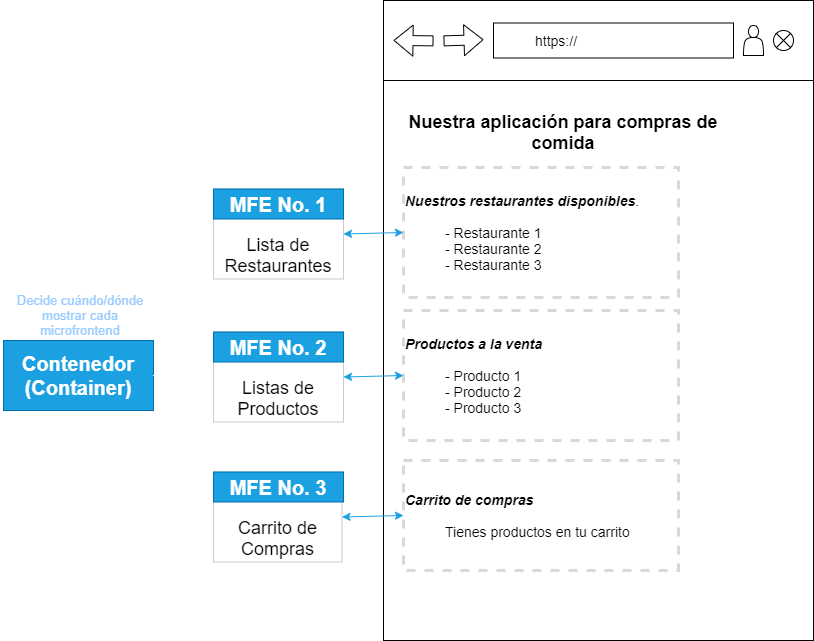
The draw.io diagram img/img_7.png in corteshvictor/microfrontend, before a commit. Source tidied: cells renumbered, new cells last; positions are measured from the earlier drawing's top-left corner, leaving out a move shared by most shapes.
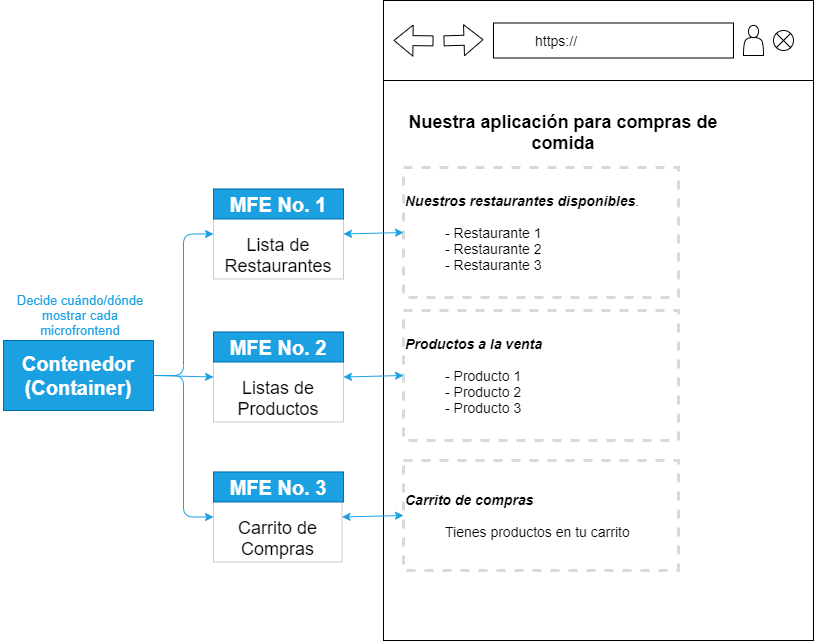
Above is the later version.

What changed in the source:
```diff
@@ -71,16 +71,16 @@
     <mxCell id="22" value="Contenedor&lt;br&gt;(Container)" style="rounded=0;whiteSpace=wrap;html=1;strokeWidth=1;fontSize=20;fillColor=#1BA1E2;strokeColor=#006EAF;fontStyle=1;fontColor=#FFFFFF;" parent="1" vertex="1">
       <mxGeometry x="3" y="340" width="150" height="70" as="geometry" />
     </mxCell>
-    <mxCell id="23" style="edgeStyle=elbowEdgeStyle;elbow=horizontal;endArrow=classic;html=1;fontSize=18;fontColor=#FFFFFF;exitX=1;exitY=0.5;exitDx=0;exitDy=0;entryX=0;entryY=0.5;entryDx=0;entryDy=0;strokeColor=#FFFFFF;" parent="1" edge="1" source="22" target="2">
+    <mxCell id="23" style="edgeStyle=elbowEdgeStyle;elbow=horizontal;endArrow=classic;html=1;fontSize=18;exitX=1;exitY=0.5;exitDx=0;exitDy=0;entryX=0;entryY=0.5;entryDx=0;entryDy=0;fontColor=#1BA1E2;strokeColor=#1BA1E2;" parent="1" edge="1" source="22" target="2">
       <mxGeometry relative="1" as="geometry" />
     </mxCell>
-    <mxCell id="24" style="edgeStyle=elbowEdgeStyle;elbow=horizontal;endArrow=classic;html=1;fontSize=18;fontColor=#FFFFFF;exitX=1;exitY=0.5;exitDx=0;exitDy=0;entryX=0;entryY=0.5;entryDx=0;entryDy=0;strokeColor=#FFFFFF;" parent="1" edge="1" source="22" target="4">
+    <mxCell id="24" style="edgeStyle=elbowEdgeStyle;elbow=horizontal;endArrow=classic;html=1;fontSize=18;exitX=1;exitY=0.5;exitDx=0;exitDy=0;entryX=0;entryY=0.5;entryDx=0;entryDy=0;fontColor=#1BA1E2;strokeColor=#1BA1E2;" parent="1" edge="1" source="22" target="4">
       <mxGeometry relative="1" as="geometry" />
     </mxCell>
-    <mxCell id="25" style="endArrow=classic;html=1;fontSize=18;fontColor=#FFFFFF;exitX=1;exitY=0.5;exitDx=0;exitDy=0;entryX=0;entryY=0.5;entryDx=0;entryDy=0;strokeColor=#FFFFFF;" parent="1" edge="1" source="22" target="3">
+    <mxCell id="25" style="endArrow=classic;html=1;fontSize=18;fontColor=#FFFFFF;exitX=1;exitY=0.5;exitDx=0;exitDy=0;entryX=0;entryY=0.5;entryDx=0;entryDy=0;strokeColor=#1BA1E2;" parent="1" edge="1" source="22" target="3">
       <mxGeometry relative="1" as="geometry" />
     </mxCell>
-    <mxCell id="26" value="Decide cuándo/dónde mostrar cada microfrontend" style="text;html=1;strokeColor=none;fillColor=none;align=center;verticalAlign=middle;whiteSpace=wrap;rounded=0;dashed=1;fontSize=13;fontColor=#99CCFF;" parent="1" vertex="1">
+    <mxCell id="26" value="Decide cuándo/dónde mostrar cada microfrontend" style="text;html=1;strokeColor=none;fillColor=none;align=center;verticalAlign=middle;whiteSpace=wrap;rounded=0;dashed=1;fontSize=13;fontColor=#1BA1E2;" parent="1" vertex="1">
       <mxGeometry y="290" width="160" height="50" as="geometry" />
     </mxCell>
   </root>
```
